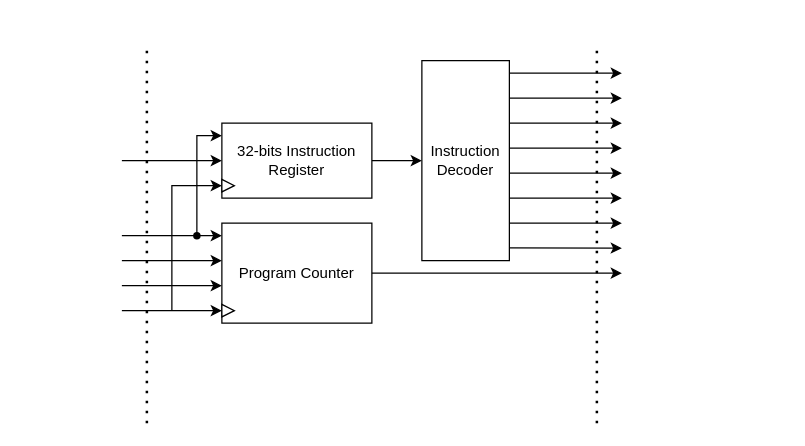
The draw.io diagram page "Control Unit" (2 of 5) of docs/imgs/hardware_design/Component.drawio in WachirawichN/C0-CPU, before the edit. Source tidied: cells renumbered, new cells numbered last; positions are measured from the earlier drawing's top-left corner, leaving out a move shared by most shapes. Both pictures are drawn from the tidied source at 125%, with x=0, y=0 at pixel (121, 48).
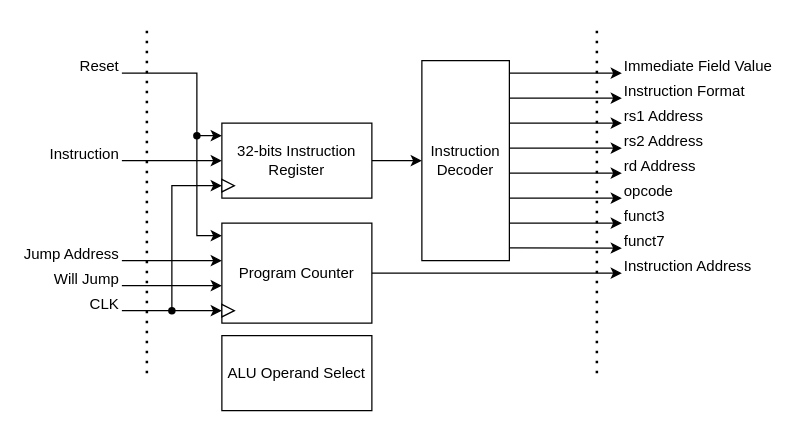
Above is the later version.

The change refers to these unchanged cells:
```xml
<mxCell id="3" value="Program Counter" style="rounded=0;whiteSpace=wrap;html=1;" parent="1" vertex="1">
  <mxGeometry x="80" y="140" width="120" height="80" as="geometry" />
</mxCell>
```

Change to the diagram source:
```diff
@@
     <mxCell id="2" style="endArrow=none;dashed=1;html=1;dashPattern=1 3;strokeWidth=2;rounded=0;" parent="1" edge="1">
       <mxGeometry relative="1" as="geometry">
-        <mxPoint x="20" y="300" as="sourcePoint" />
-        <mxPoint x="20" as="targetPoint" />
+        <mxPoint x="20" y="260" as="sourcePoint" />
+        <mxPoint x="20" y="-20" as="targetPoint" />
       </mxGeometry>
     </mxCell>
@@
     <mxCell id="8" style="endArrow=classic;html=1;rounded=0;entryX=0;entryY=0.125;entryDx=0;entryDy=0;entryPerimeter=0;" parent="1" edge="1" target="3">
       <mxGeometry relative="1" as="geometry">
-        <mxPoint y="150" as="sourcePoint" />
+        <mxPoint y="20" as="sourcePoint" />
+        <Array as="points">
+          <mxPoint x="60" y="20" />
+          <mxPoint x="60" y="150" />
+        </Array>
       </mxGeometry>
     </mxCell>
@@
     <mxCell id="12" style="endArrow=none;dashed=1;html=1;dashPattern=1 3;strokeWidth=2;rounded=0;" parent="1" edge="1">
       <mxGeometry relative="1" as="geometry">
-        <mxPoint x="380" y="300" as="sourcePoint" />
-        <mxPoint x="380" as="targetPoint" />
+        <mxPoint x="380" y="260" as="sourcePoint" />
+        <mxPoint x="380" y="-20" as="targetPoint" />
       </mxGeometry>
     </mxCell>
     <mxCell id="13" style="endArrow=classic;html=1;rounded=0;entryX=0;entryY=0.125;entryDx=0;entryDy=0;entryPerimeter=0;" parent="1" edge="1">
       <mxGeometry relative="1" as="geometry">
-        <mxPoint x="60" y="150" as="sourcePoint" />
+        <mxPoint x="60" y="70" as="sourcePoint" />
         <mxPoint x="80" y="70" as="targetPoint" />
         <Array as="points">
           <mxPoint x="60" y="70" />
         </Array>
       </mxGeometry>
     </mxCell>
     <mxCell id="14" style="shape=waypoint;sketch=0;fillStyle=solid;size=6;fillColor=none;perimeter=centerPerimeter;" parent="1" vertex="1">
-      <mxGeometry x="50" y="140" width="20" height="20" as="geometry" />
+      <mxGeometry x="50" y="60" width="20" height="20" as="geometry" />
     </mxCell>
@@
+    <mxCell id="27" value="Reset" style="text;html=1;whiteSpace=wrap;strokeColor=none;fillColor=none;align=right;verticalAlign=middle;rounded=0;" parent="1" vertex="1">
+      <mxGeometry x="-60" y="10" width="60" height="10" as="geometry" />
+    </mxCell>
+    <mxCell id="28" style="shape=waypoint;sketch=0;fillStyle=solid;size=6;fillColor=none;perimeter=centerPerimeter;" parent="1" vertex="1">
+      <mxGeometry x="30" y="200" width="20" height="20" as="geometry" />
+    </mxCell>
+    <mxCell id="29" value="CLK" style="text;html=1;whiteSpace=wrap;strokeColor=none;fillColor=none;align=right;verticalAlign=middle;rounded=0;" parent="1" vertex="1">
+      <mxGeometry x="-60" y="200" width="60" height="10" as="geometry" />
+    </mxCell>
+    <mxCell id="30" value="Jump Address" style="text;html=1;whiteSpace=wrap;strokeColor=none;fillColor=none;align=right;verticalAlign=middle;rounded=0;" parent="1" vertex="1">
+      <mxGeometry x="-80" y="160" width="80" height="10" as="geometry" />
+    </mxCell>
+    <mxCell id="31" value="Will Jump" style="text;html=1;whiteSpace=wrap;strokeColor=none;fillColor=none;align=right;verticalAlign=middle;rounded=0;" parent="1" vertex="1">
+      <mxGeometry x="-80" y="180" width="80" height="10" as="geometry" />
+    </mxCell>
+    <mxCell id="32" value="Instruction" style="text;html=1;whiteSpace=wrap;strokeColor=none;fillColor=none;align=right;verticalAlign=middle;rounded=0;" parent="1" vertex="1">
+      <mxGeometry x="-80" y="80" width="80" height="10" as="geometry" />
+    </mxCell>
+    <mxCell id="33" value="Instruction Address" style="text;html=1;whiteSpace=wrap;strokeColor=none;fillColor=none;align=left;verticalAlign=middle;rounded=0;" parent="1" vertex="1">
+      <mxGeometry x="400" y="170" width="110" height="10" as="geometry" />
+    </mxCell>
+    <mxCell id="34" value="Immediate Field Value" style="text;html=1;whiteSpace=wrap;strokeColor=none;fillColor=none;align=left;verticalAlign=middle;rounded=0;" parent="1" vertex="1">
+      <mxGeometry x="400" y="10" width="130" height="10" as="geometry" />
+    </mxCell>
+    <mxCell id="35" value="Instruction Format" style="text;html=1;whiteSpace=wrap;strokeColor=none;fillColor=none;align=left;verticalAlign=middle;rounded=0;" parent="1" vertex="1">
+      <mxGeometry x="400" y="30" width="130" height="10" as="geometry" />
+    </mxCell>
+    <mxCell id="36" value="rs1 Address" style="text;html=1;whiteSpace=wrap;strokeColor=none;fillColor=none;align=left;verticalAlign=middle;rounded=0;" parent="1" vertex="1">
+      <mxGeometry x="400" y="50" width="130" height="10" as="geometry" />
+    </mxCell>
+    <mxCell id="37" value="rs2 Address" style="text;html=1;whiteSpace=wrap;strokeColor=none;fillColor=none;align=left;verticalAlign=middle;rounded=0;" parent="1" vertex="1">
+      <mxGeometry x="400" y="70" width="130" height="10" as="geometry" />
+    </mxCell>
+    <mxCell id="38" value="rd Address" style="text;html=1;whiteSpace=wrap;strokeColor=none;fillColor=none;align=left;verticalAlign=middle;rounded=0;" parent="1" vertex="1">
+      <mxGeometry x="400" y="90" width="130" height="10" as="geometry" />
+    </mxCell>
+    <mxCell id="39" value="opcode" style="text;html=1;whiteSpace=wrap;strokeColor=none;fillColor=none;align=left;verticalAlign=middle;rounded=0;" parent="1" vertex="1">
+      <mxGeometry x="400" y="110" width="130" height="10" as="geometry" />
+    </mxCell>
+    <mxCell id="40" value="funct3" style="text;html=1;whiteSpace=wrap;strokeColor=none;fillColor=none;align=left;verticalAlign=middle;rounded=0;" parent="1" vertex="1">
+      <mxGeometry x="400" y="130" width="130" height="10" as="geometry" />
+    </mxCell>
+    <mxCell id="41" value="funct7" style="text;html=1;whiteSpace=wrap;strokeColor=none;fillColor=none;align=left;verticalAlign=middle;rounded=0;" parent="1" vertex="1">
+      <mxGeometry x="400" y="150" width="130" height="10" as="geometry" />
+    </mxCell>
+    <mxCell id="42" value="ALU Operand Select" style="rounded=0;whiteSpace=wrap;html=1;" parent="1" vertex="1">
+      <mxGeometry x="80" y="230" width="120" height="60" as="geometry" />
+    </mxCell>
```
